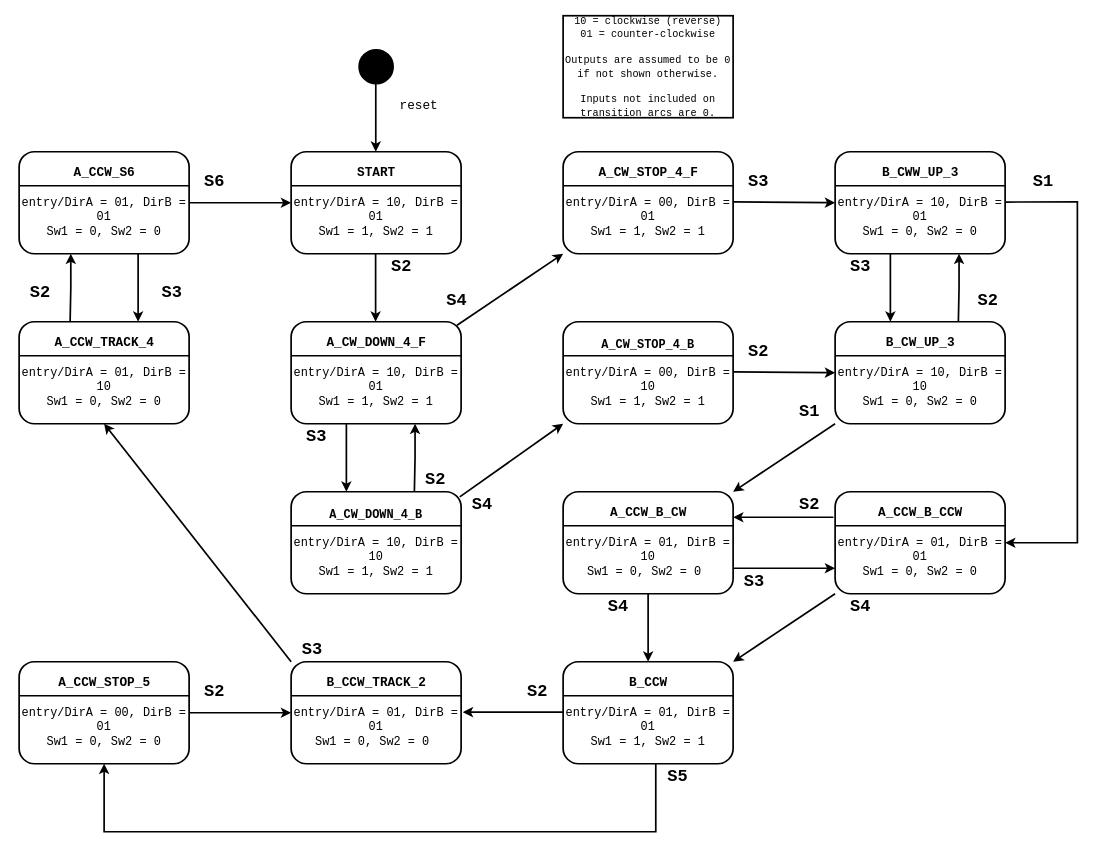
The draw.io diagram page "Lab6PreLab" (4 of 4) of CS1301/Untitled Diagram.drawio in printjoshhere/CS1301, before the edit. Source tidied: cells renumbered, new cells numbered last; positions are measured from the earlier drawing's top-left corner, leaving out a move shared by most shapes. Both pictures are drawn from the tidied source at 85%, with x=0, y=0 at pixel (14, 15).
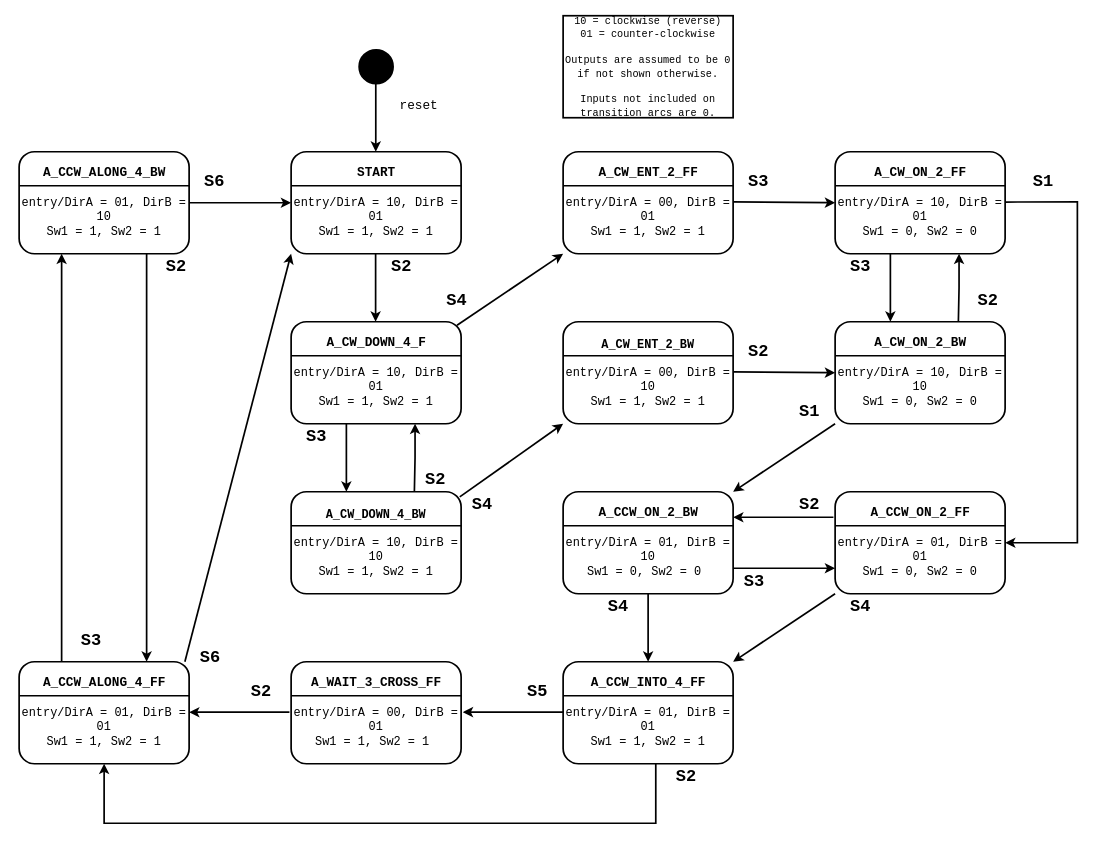
The same diagram, later.

The change refers to these unchanged cells:
```xml
<mxCell id="5" value="&lt;font style=&quot;font-size: 14px;&quot; face=&quot;consolas&quot;&gt;&lt;br&gt;&lt;br&gt;&lt;br&gt;&lt;font style=&quot;font-size: 14px;&quot;&gt;entry/DirA = 10, DirB = 01&lt;/font&gt;&lt;br&gt;&lt;font style=&quot;font-size: 14px;&quot;&gt;Sw1 = 1, Sw2 = 1&lt;/font&gt;&lt;br&gt;&lt;span style=&quot;&quot;&gt;&amp;nbsp;&lt;/span&gt;&lt;/font&gt;" style="rounded=1;whiteSpace=wrap;html=1;strokeWidth=2;" parent="1" vertex="1">
  <mxGeometry x="325" y="160" width="200" height="120" as="geometry" />
</mxCell>
```

The edit, as a diff of the source:
```diff
@@
-    <mxCell id="12" value="&lt;font style=&quot;font-size: 14px;&quot; face=&quot;consolas&quot;&gt;&lt;br&gt;&lt;b&gt;A_CW_DOWN_4_B&lt;/b&gt;&lt;br&gt;&lt;br&gt;&lt;font style=&quot;font-size: 14px;&quot;&gt;entry/DirA = 10, DirB = 10&lt;/font&gt;&lt;br&gt;&lt;font style=&quot;font-size: 14px;&quot;&gt;Sw1 = 1, Sw2 = 1&lt;/font&gt;&lt;br&gt;&lt;span style=&quot;&quot;&gt;&amp;nbsp;&lt;/span&gt;&lt;/font&gt;" style="rounded=1;whiteSpace=wrap;html=1;strokeWidth=2;" parent="1" vertex="1">
+    <mxCell id="12" value="&lt;font style=&quot;font-size: 14px;&quot; face=&quot;consolas&quot;&gt;&lt;br&gt;&lt;b&gt;A_CW_DOWN_4_BW&lt;/b&gt;&lt;br&gt;&lt;br&gt;&lt;font style=&quot;font-size: 14px;&quot;&gt;entry/DirA = 10, DirB = 10&lt;/font&gt;&lt;br&gt;&lt;font style=&quot;font-size: 14px;&quot;&gt;Sw1 = 1, Sw2 = 1&lt;/font&gt;&lt;br&gt;&lt;span style=&quot;&quot;&gt;&amp;nbsp;&lt;/span&gt;&lt;/font&gt;" style="rounded=1;whiteSpace=wrap;html=1;strokeWidth=2;" parent="1" vertex="1">
       <mxGeometry x="325" y="560" width="200" height="120" as="geometry" />
     </mxCell>
@@
-    <mxCell id="15" value="&lt;font style=&quot;font-size: 14px;&quot; face=&quot;consolas&quot;&gt;&lt;br&gt;&lt;br&gt;&lt;br&gt;&lt;font style=&quot;font-size: 14px;&quot;&gt;entry/DirA = 01, DirB = 10&lt;/font&gt;&lt;br&gt;&lt;font style=&quot;font-size: 14px;&quot;&gt;Sw1 = 0, Sw2 = 0&lt;/font&gt;&lt;br&gt;&lt;span style=&quot;&quot;&gt;&amp;nbsp;&lt;/span&gt;&lt;/font&gt;" style="rounded=1;whiteSpace=wrap;html=1;strokeWidth=2;" parent="1" vertex="1">
-      <mxGeometry x="5" y="360" width="200" height="120" as="geometry" />
-    </mxCell>
-    <mxCell id="16" style="endArrow=none;html=1;rounded=0;exitX=0;exitY=0.5;exitDx=0;exitDy=0;strokeWidth=2;" parent="1" edge="1">
-      <mxGeometry relative="1" as="geometry">
-        <mxPoint x="5" y="400" as="sourcePoint" />
-        <mxPoint x="205" y="400" as="targetPoint" />
-      </mxGeometry>
-    </mxCell>
-    <mxCell id="17" value="&lt;font size=&quot;1&quot; face=&quot;consolas&quot;&gt;&lt;b style=&quot;font-size: 15px;&quot;&gt;A_CCW_TRACK_4&lt;/b&gt;&lt;/font&gt;" style="text;html=1;align=center;verticalAlign=middle;strokeColor=none;fillColor=none;fontSize=14;" parent="1" vertex="1">
-      <mxGeometry x="40" y="370" width="130" height="30" as="geometry" />
-    </mxCell>
@@
-    <mxCell id="20" value="&lt;font face=&quot;consolas&quot;&gt;&lt;span style=&quot;font-size: 15px;&quot;&gt;&lt;b&gt;A_CCW_B_CW&lt;/b&gt;&lt;/span&gt;&lt;/font&gt;" style="text;html=1;align=center;verticalAlign=middle;strokeColor=none;fillColor=none;fontSize=14;" parent="1" vertex="1">
-      <mxGeometry x="690" y="570" width="110" height="30" as="geometry" />
+    <mxCell id="20" value="&lt;font face=&quot;consolas&quot;&gt;&lt;span style=&quot;font-size: 15px;&quot;&gt;&lt;b&gt;A_CCW_ON_2_BW&lt;/b&gt;&lt;/span&gt;&lt;/font&gt;" style="text;html=1;align=center;verticalAlign=middle;strokeColor=none;fillColor=none;fontSize=14;" parent="1" vertex="1">
+      <mxGeometry x="680" y="570" width="130" height="30" as="geometry" />
     </mxCell>
-    <mxCell id="21" value="&lt;font style=&quot;font-size: 14px;&quot; face=&quot;consolas&quot;&gt;&lt;br&gt;&lt;br&gt;&lt;br&gt;&lt;font style=&quot;font-size: 14px;&quot;&gt;entry/DirA = 01, DirB = 01&lt;/font&gt;&lt;br&gt;&lt;font style=&quot;font-size: 14px;&quot;&gt;Sw1 = 0, Sw2 = 0&amp;nbsp;&lt;/font&gt;&lt;br&gt;&lt;span style=&quot;&quot;&gt;&amp;nbsp;&lt;/span&gt;&lt;/font&gt;" style="rounded=1;whiteSpace=wrap;html=1;strokeWidth=2;" parent="1" vertex="1">
+    <mxCell id="21" value="&lt;font style=&quot;font-size: 14px;&quot; face=&quot;consolas&quot;&gt;&lt;br&gt;&lt;br&gt;&lt;br&gt;&lt;font style=&quot;font-size: 14px;&quot;&gt;entry/DirA = 00, DirB = 01&lt;/font&gt;&lt;br&gt;&lt;font style=&quot;font-size: 14px;&quot;&gt;Sw1 = 1, Sw2 = 1&amp;nbsp;&lt;/font&gt;&lt;br&gt;&lt;span style=&quot;&quot;&gt;&amp;nbsp;&lt;/span&gt;&lt;/font&gt;" style="rounded=1;whiteSpace=wrap;html=1;strokeWidth=2;" parent="1" vertex="1">
       <mxGeometry x="325" y="760" width="200" height="120" as="geometry" />
     </mxCell>
@@
-    <mxCell id="23" value="&lt;font size=&quot;1&quot; face=&quot;consolas&quot;&gt;&lt;b style=&quot;font-size: 15px;&quot;&gt;B_CCW_TRACK_2&lt;/b&gt;&lt;/font&gt;" style="text;html=1;align=center;verticalAlign=middle;strokeColor=none;fillColor=none;fontSize=14;" parent="1" vertex="1">
-      <mxGeometry x="360" y="770" width="130" height="30" as="geometry" />
+    <mxCell id="23" value="&lt;font size=&quot;1&quot; face=&quot;consolas&quot;&gt;&lt;b style=&quot;font-size: 15px;&quot;&gt;A_WAIT_3_CROSS_FF&lt;/b&gt;&lt;/font&gt;" style="text;html=1;align=center;verticalAlign=middle;strokeColor=none;fillColor=none;fontSize=14;" parent="1" vertex="1">
+      <mxGeometry x="345" y="770" width="160" height="30" as="geometry" />
     </mxCell>
@@
-    <mxCell id="26" value="&lt;font size=&quot;1&quot; face=&quot;consolas&quot;&gt;&lt;b style=&quot;font-size: 15px;&quot;&gt;B_CCW&lt;/b&gt;&lt;/font&gt;" style="text;html=1;align=center;verticalAlign=middle;strokeColor=none;fillColor=none;fontSize=14;" parent="1" vertex="1">
-      <mxGeometry x="715" y="770" width="60" height="30" as="geometry" />
+    <mxCell id="26" value="&lt;font size=&quot;1&quot; face=&quot;consolas&quot;&gt;&lt;b style=&quot;font-size: 15px;&quot;&gt;A_CCW_INTO_4_FF&lt;/b&gt;&lt;/font&gt;" style="text;html=1;align=center;verticalAlign=middle;strokeColor=none;fillColor=none;fontSize=14;" parent="1" vertex="1">
+      <mxGeometry x="670" y="770" width="150" height="30" as="geometry" />
     </mxCell>
-    <mxCell id="27" value="&lt;font style=&quot;font-size: 14px;&quot; face=&quot;consolas&quot;&gt;&lt;br&gt;&lt;br&gt;&lt;br&gt;&lt;font style=&quot;font-size: 14px;&quot;&gt;entry/DirA = 00, DirB = 01&lt;/font&gt;&lt;br&gt;&lt;font style=&quot;font-size: 14px;&quot;&gt;Sw1 = 0, Sw2 = 0&lt;/font&gt;&lt;br&gt;&lt;span style=&quot;&quot;&gt;&amp;nbsp;&lt;/span&gt;&lt;/font&gt;" style="rounded=1;whiteSpace=wrap;html=1;strokeWidth=2;" parent="1" vertex="1">
+    <mxCell id="27" value="&lt;font style=&quot;font-size: 14px;&quot; face=&quot;consolas&quot;&gt;&lt;br&gt;&lt;br&gt;&lt;br&gt;&lt;font style=&quot;font-size: 14px;&quot;&gt;entry/DirA = 01, DirB = 01&lt;/font&gt;&lt;br&gt;&lt;font style=&quot;font-size: 14px;&quot;&gt;Sw1 = 1, Sw2 = 1&lt;/font&gt;&lt;br&gt;&lt;span style=&quot;&quot;&gt;&amp;nbsp;&lt;/span&gt;&lt;/font&gt;" style="rounded=1;whiteSpace=wrap;html=1;strokeWidth=2;" parent="1" vertex="1">
       <mxGeometry x="5" y="760" width="200" height="120" as="geometry" />
     </mxCell>
@@
-    <mxCell id="29" value="&lt;font size=&quot;1&quot; face=&quot;consolas&quot;&gt;&lt;b style=&quot;font-size: 15px;&quot;&gt;A_CCW_STOP_5&lt;/b&gt;&lt;/font&gt;" style="text;html=1;align=center;verticalAlign=middle;strokeColor=none;fillColor=none;fontSize=14;" parent="1" vertex="1">
-      <mxGeometry x="45" y="770" width="120" height="30" as="geometry" />
+    <mxCell id="29" value="&lt;font size=&quot;1&quot; face=&quot;consolas&quot;&gt;&lt;b style=&quot;font-size: 15px;&quot;&gt;A_CCW_ALONG_4_FF&lt;/b&gt;&lt;/font&gt;" style="text;html=1;align=center;verticalAlign=middle;strokeColor=none;fillColor=none;fontSize=14;" parent="1" vertex="1">
+      <mxGeometry x="25" y="770" width="160" height="30" as="geometry" />
     </mxCell>
@@
-    <mxCell id="32" value="&lt;font size=&quot;1&quot; face=&quot;consolas&quot;&gt;&lt;b style=&quot;font-size: 15px;&quot;&gt;A_CW_STOP_4_F&lt;/b&gt;&lt;/font&gt;" style="text;html=1;align=center;verticalAlign=middle;strokeColor=none;fillColor=none;fontSize=14;" parent="1" vertex="1">
+    <mxCell id="32" value="&lt;font size=&quot;1&quot; face=&quot;consolas&quot;&gt;&lt;b style=&quot;font-size: 15px;&quot;&gt;A_CW_ENT_2_FF&lt;/b&gt;&lt;/font&gt;" style="text;html=1;align=center;verticalAlign=middle;strokeColor=none;fillColor=none;fontSize=14;" parent="1" vertex="1">
       <mxGeometry x="680" y="170" width="130" height="30" as="geometry" />
     </mxCell>
-    <mxCell id="33" value="&lt;font style=&quot;font-size: 14px;&quot; face=&quot;consolas&quot;&gt;&lt;br&gt;&lt;br&gt;&lt;br&gt;&lt;font style=&quot;font-size: 14px;&quot;&gt;entry/DirA = 01, DirB = 01&lt;/font&gt;&lt;br&gt;&lt;font style=&quot;font-size: 14px;&quot;&gt;Sw1 = 0, Sw2 = 0&lt;/font&gt;&lt;br&gt;&lt;span style=&quot;&quot;&gt;&amp;nbsp;&lt;/span&gt;&lt;/font&gt;" style="rounded=1;whiteSpace=wrap;html=1;strokeWidth=2;" parent="1" vertex="1">
+    <mxCell id="33" value="&lt;font style=&quot;font-size: 14px;&quot; face=&quot;consolas&quot;&gt;&lt;br&gt;&lt;br&gt;&lt;br&gt;&lt;font style=&quot;font-size: 14px;&quot;&gt;entry/DirA = 01, DirB = 10&lt;/font&gt;&lt;br&gt;&lt;font style=&quot;font-size: 14px;&quot;&gt;Sw1 = 1, Sw2 = 1&lt;/font&gt;&lt;br&gt;&lt;span style=&quot;&quot;&gt;&amp;nbsp;&lt;/span&gt;&lt;/font&gt;" style="rounded=1;whiteSpace=wrap;html=1;strokeWidth=2;" parent="1" vertex="1">
       <mxGeometry x="5" y="160" width="200" height="120" as="geometry" />
     </mxCell>
@@
-    <mxCell id="35" value="&lt;font size=&quot;1&quot; face=&quot;consolas&quot;&gt;&lt;b style=&quot;font-size: 15px;&quot;&gt;A_CCW_S6&lt;/b&gt;&lt;/font&gt;" style="text;html=1;align=center;verticalAlign=middle;strokeColor=none;fillColor=none;fontSize=14;" parent="1" vertex="1">
-      <mxGeometry x="60" y="170" width="90" height="30" as="geometry" />
+    <mxCell id="35" value="&lt;font size=&quot;1&quot; face=&quot;consolas&quot;&gt;&lt;b style=&quot;font-size: 15px;&quot;&gt;A_CCW_ALONG_4_BW&lt;/b&gt;&lt;/font&gt;" style="text;html=1;align=center;verticalAlign=middle;strokeColor=none;fillColor=none;fontSize=14;" parent="1" vertex="1">
+      <mxGeometry x="25" y="170" width="160" height="30" as="geometry" />
     </mxCell>
@@
-    <mxCell id="40" style="endArrow=classic;html=1;rounded=0;strokeWidth=2;fontSize=15;entryX=0.5;entryY=1;entryDx=0;entryDy=0;" parent="1" edge="1">
-      <mxGeometry relative="1" as="geometry">
-        <mxPoint x="65" y="360" as="sourcePoint" />
-        <mxPoint x="65.8" y="280" as="targetPoint" />
-        <Array as="points">
-          <mxPoint x="65.8" y="320" />
-        </Array>
-      </mxGeometry>
-    </mxCell>
-    <mxCell id="41" style="endArrow=classic;html=1;rounded=0;strokeWidth=2;fontSize=15;" parent="1" edge="1">
-      <mxGeometry relative="1" as="geometry">
-        <mxPoint x="145" y="280" as="sourcePoint" />
-        <mxPoint x="145" y="360" as="targetPoint" />
-      </mxGeometry>
-    </mxCell>
-    <mxCell id="42" value="&lt;font style=&quot;font-size: 20px;&quot; face=&quot;consolas&quot;&gt;&lt;b&gt;S3&lt;/b&gt;&lt;/font&gt;" style="text;html=1;strokeColor=none;fillColor=none;align=center;verticalAlign=middle;whiteSpace=wrap;rounded=0;" parent="1" vertex="1">
-      <mxGeometry x="155" y="310" width="60" height="30" as="geometry" />
-    </mxCell>
-    <mxCell id="43" value="&lt;font style=&quot;font-size: 20px;&quot; face=&quot;consolas&quot;&gt;&lt;b&gt;S2&lt;/b&gt;&lt;/font&gt;" style="text;html=1;strokeColor=none;fillColor=none;align=center;verticalAlign=middle;whiteSpace=wrap;rounded=0;" parent="1" vertex="1">
-      <mxGeometry y="310" width="60" height="30" as="geometry" />
-    </mxCell>
@@
-    <mxCell id="47" value="&lt;font size=&quot;1&quot; face=&quot;consolas&quot;&gt;&lt;b style=&quot;font-size: 15px;&quot;&gt;B_CW_UP_3&lt;/b&gt;&lt;/font&gt;" style="text;html=1;align=center;verticalAlign=middle;strokeColor=none;fillColor=none;fontSize=14;" parent="1" vertex="1">
-      <mxGeometry x="1015" y="370" width="100" height="30" as="geometry" />
+    <mxCell id="47" value="&lt;font face=&quot;consolas&quot;&gt;&lt;span style=&quot;font-size: 15px;&quot;&gt;&lt;b&gt;A_CW_ON_2_BW&lt;/b&gt;&lt;/span&gt;&lt;/font&gt;" style="text;html=1;align=center;verticalAlign=middle;strokeColor=none;fillColor=none;fontSize=14;" parent="1" vertex="1">
+      <mxGeometry x="1005" y="370" width="120" height="30" as="geometry" />
     </mxCell>
@@
-    <mxCell id="50" value="&lt;font size=&quot;1&quot; face=&quot;consolas&quot;&gt;&lt;b style=&quot;font-size: 15px;&quot;&gt;B_CWW_UP_3&lt;/b&gt;&lt;/font&gt;" style="text;html=1;align=center;verticalAlign=middle;strokeColor=none;fillColor=none;fontSize=14;" parent="1" vertex="1">
-      <mxGeometry x="1010" y="170" width="110" height="30" as="geometry" />
+    <mxCell id="50" value="&lt;font face=&quot;consolas&quot;&gt;&lt;span style=&quot;font-size: 15px;&quot;&gt;&lt;b&gt;A_CW_ON_2_FF&lt;/b&gt;&lt;/span&gt;&lt;/font&gt;" style="text;html=1;align=center;verticalAlign=middle;strokeColor=none;fillColor=none;fontSize=14;" parent="1" vertex="1">
+      <mxGeometry x="1005" y="170" width="120" height="30" as="geometry" />
     </mxCell>
@@
-    <mxCell id="53" value="&lt;font size=&quot;1&quot; face=&quot;consolas&quot;&gt;&lt;b style=&quot;font-size: 15px;&quot;&gt;A_CCW_B_CCW&lt;/b&gt;&lt;/font&gt;" style="text;html=1;align=center;verticalAlign=middle;strokeColor=none;fillColor=none;fontSize=14;" parent="1" vertex="1">
-      <mxGeometry x="1010" y="570" width="110" height="30" as="geometry" />
+    <mxCell id="53" value="&lt;font size=&quot;1&quot; face=&quot;consolas&quot;&gt;&lt;b style=&quot;font-size: 15px;&quot;&gt;A_CCW_ON_2_FF&lt;/b&gt;&lt;/font&gt;" style="text;html=1;align=center;verticalAlign=middle;strokeColor=none;fillColor=none;fontSize=14;" parent="1" vertex="1">
+      <mxGeometry x="1000" y="570" width="130" height="30" as="geometry" />
     </mxCell>
@@
-    <mxCell id="61" value="&lt;font style=&quot;font-size: 14px;&quot; face=&quot;consolas&quot;&gt;&lt;br&gt;&lt;b&gt;A_CW_STOP_4_B&lt;/b&gt;&lt;br&gt;&lt;br&gt;&lt;font style=&quot;font-size: 14px;&quot;&gt;entry/DirA = 00, DirB = 10&lt;/font&gt;&lt;br&gt;&lt;font style=&quot;font-size: 14px;&quot;&gt;Sw1 = 1, Sw2 = 1&lt;/font&gt;&lt;br&gt;&lt;span style=&quot;&quot;&gt;&amp;nbsp;&lt;/span&gt;&lt;/font&gt;" style="rounded=1;whiteSpace=wrap;html=1;strokeWidth=2;" parent="1" vertex="1">
+    <mxCell id="61" value="&lt;font style=&quot;font-size: 14px;&quot; face=&quot;consolas&quot;&gt;&lt;br&gt;&lt;b&gt;A_CW_ENT_2_BW&lt;/b&gt;&lt;br&gt;&lt;br&gt;&lt;font style=&quot;font-size: 14px;&quot;&gt;entry/DirA = 00, DirB = 10&lt;/font&gt;&lt;br&gt;&lt;font style=&quot;font-size: 14px;&quot;&gt;Sw1 = 1, Sw2 = 1&lt;/font&gt;&lt;br&gt;&lt;span style=&quot;&quot;&gt;&amp;nbsp;&lt;/span&gt;&lt;/font&gt;" style="rounded=1;whiteSpace=wrap;html=1;strokeWidth=2;" parent="1" vertex="1">
       <mxGeometry x="645" y="360" width="200" height="120" as="geometry" />
     </mxCell>
@@
-    <mxCell id="80" style="endArrow=classic;html=1;rounded=0;strokeWidth=2;fontSize=15;entryX=0.5;entryY=1;entryDx=0;entryDy=0;" parent="1" edge="1" target="27">
-      <mxGeometry relative="1" as="geometry">
-        <mxPoint x="754" y="880" as="sourcePoint" />
-        <Array as="points">
-          <mxPoint x="754" y="960" />
-          <mxPoint x="105" y="960" />
-        </Array>
-      </mxGeometry>
-    </mxCell>
@@
-    <mxCell id="85" value="&lt;font style=&quot;font-size: 20px;&quot; face=&quot;consolas&quot;&gt;&lt;b&gt;S2&lt;/b&gt;&lt;/font&gt;" style="text;html=1;strokeColor=none;fillColor=none;align=center;verticalAlign=middle;whiteSpace=wrap;rounded=0;" parent="1" vertex="1">
-      <mxGeometry x="585" y="780" width="60" height="30" as="geometry" />
-    </mxCell>
     <mxCell id="86" value="&lt;font style=&quot;font-size: 20px;&quot; face=&quot;consolas&quot;&gt;&lt;b&gt;S5&lt;/b&gt;&lt;/font&gt;" style="text;html=1;strokeColor=none;fillColor=none;align=center;verticalAlign=middle;whiteSpace=wrap;rounded=0;" parent="1" vertex="1">
-      <mxGeometry x="750" y="880" width="60" height="30" as="geometry" />
+      <mxGeometry x="585" y="780" width="60" height="30" as="geometry" />
     </mxCell>
-    <mxCell id="87" style="endArrow=classic;html=1;rounded=0;strokeWidth=2;fontSize=15;entryX=0;entryY=0.5;entryDx=0;entryDy=0;" parent="1" edge="1" target="21">
-      <mxGeometry relative="1" as="geometry">
-        <mxPoint x="205" y="820" as="sourcePoint" />
-      </mxGeometry>
-    </mxCell>
-    <mxCell id="88" value="&lt;font style=&quot;font-size: 20px;&quot; face=&quot;consolas&quot;&gt;&lt;b&gt;S2&lt;/b&gt;&lt;/font&gt;" style="text;html=1;strokeColor=none;fillColor=none;align=center;verticalAlign=middle;whiteSpace=wrap;rounded=0;" parent="1" vertex="1">
-      <mxGeometry x="205" y="780" width="60" height="30" as="geometry" />
-    </mxCell>
-    <mxCell id="89" style="endArrow=classic;html=1;rounded=0;strokeWidth=2;fontSize=15;entryX=0.5;entryY=1;entryDx=0;entryDy=0;exitX=0;exitY=0;exitDx=0;exitDy=0;" parent="1" edge="1" source="21" target="15">
-      <mxGeometry relative="1" as="geometry" />
-    </mxCell>
-    <mxCell id="90" value="&lt;font face=&quot;consolas&quot;&gt;&lt;span style=&quot;font-size: 20px;&quot;&gt;&lt;b&gt;S3&lt;/b&gt;&lt;/span&gt;&lt;/font&gt;" style="text;html=1;strokeColor=none;fillColor=none;align=center;verticalAlign=middle;whiteSpace=wrap;rounded=0;" parent="1" vertex="1">
-      <mxGeometry x="320" y="730" width="60" height="30" as="geometry" />
-    </mxCell>
+    <mxCell id="91" style="endArrow=classic;html=1;rounded=0;strokeWidth=2;fontSize=15;entryX=1;entryY=0.5;entryDx=0;entryDy=0;" parent="1" edge="1">
+      <mxGeometry relative="1" as="geometry">
+        <mxPoint x="323" y="819.4" as="sourcePoint" />
+        <mxPoint x="205" y="819.4" as="targetPoint" />
+      </mxGeometry>
+    </mxCell>
+    <mxCell id="92" style="endArrow=classic;html=1;rounded=0;strokeWidth=2;fontSize=15;entryX=0.5;entryY=1;entryDx=0;entryDy=0;" parent="1" edge="1" target="27">
+      <mxGeometry relative="1" as="geometry">
+        <mxPoint x="754" y="880" as="sourcePoint" />
+        <Array as="points">
+          <mxPoint x="754" y="950" />
+          <mxPoint x="105" y="950" />
+        </Array>
+      </mxGeometry>
+    </mxCell>
+    <mxCell id="93" value="&lt;font style=&quot;font-size: 20px;&quot; face=&quot;consolas&quot;&gt;&lt;b&gt;S2&lt;/b&gt;&lt;/font&gt;" style="text;html=1;strokeColor=none;fillColor=none;align=center;verticalAlign=middle;whiteSpace=wrap;rounded=0;" parent="1" vertex="1">
+      <mxGeometry x="760" y="880" width="60" height="30" as="geometry" />
+    </mxCell>
+    <mxCell id="94" value="&lt;font style=&quot;font-size: 20px;&quot; face=&quot;consolas&quot;&gt;&lt;b&gt;S2&lt;/b&gt;&lt;/font&gt;" style="text;html=1;strokeColor=none;fillColor=none;align=center;verticalAlign=middle;whiteSpace=wrap;rounded=0;" parent="1" vertex="1">
+      <mxGeometry x="260" y="780" width="60" height="30" as="geometry" />
+    </mxCell>
+    <mxCell id="95" style="endArrow=classic;html=1;rounded=0;strokeWidth=2;fontSize=15;entryX=0;entryY=1;entryDx=0;entryDy=0;" parent="1" edge="1" target="5">
+      <mxGeometry relative="1" as="geometry">
+        <mxPoint x="200" y="760" as="sourcePoint" />
+      </mxGeometry>
+    </mxCell>
+    <mxCell id="96" value="&lt;font style=&quot;font-size: 20px;&quot; face=&quot;consolas&quot;&gt;&lt;b&gt;S6&lt;/b&gt;&lt;/font&gt;" style="text;html=1;strokeColor=none;fillColor=none;align=center;verticalAlign=middle;whiteSpace=wrap;rounded=0;" parent="1" vertex="1">
+      <mxGeometry x="200" y="740" width="60" height="30" as="geometry" />
+    </mxCell>
+    <mxCell id="97" style="endArrow=classic;html=1;rounded=0;strokeWidth=2;fontSize=15;entryX=0.25;entryY=1;entryDx=0;entryDy=0;exitX=0.25;exitY=0;exitDx=0;exitDy=0;" parent="1" edge="1" source="27" target="33">
+      <mxGeometry relative="1" as="geometry" />
+    </mxCell>
+    <mxCell id="98" style="endArrow=classic;html=1;rounded=0;strokeWidth=2;fontSize=15;exitX=0.75;exitY=1;exitDx=0;exitDy=0;entryX=0.75;entryY=0;entryDx=0;entryDy=0;" parent="1" edge="1" source="33" target="27">
+      <mxGeometry relative="1" as="geometry" />
+    </mxCell>
+    <mxCell id="42" value="&lt;font style=&quot;font-size: 20px;&quot; face=&quot;consolas&quot;&gt;&lt;b&gt;S3&lt;/b&gt;&lt;/font&gt;" style="text;html=1;strokeColor=none;fillColor=none;align=center;verticalAlign=middle;whiteSpace=wrap;rounded=0;" parent="1" vertex="1">
+      <mxGeometry x="60" y="720" width="60" height="30" as="geometry" />
+    </mxCell>
+    <mxCell id="99" value="&lt;font style=&quot;font-size: 20px;&quot; face=&quot;consolas&quot;&gt;&lt;b&gt;S2&lt;/b&gt;&lt;/font&gt;" style="text;html=1;strokeColor=none;fillColor=none;align=center;verticalAlign=middle;whiteSpace=wrap;rounded=0;" parent="1" vertex="1">
+      <mxGeometry x="160" y="280" width="60" height="30" as="geometry" />
+    </mxCell>
```
